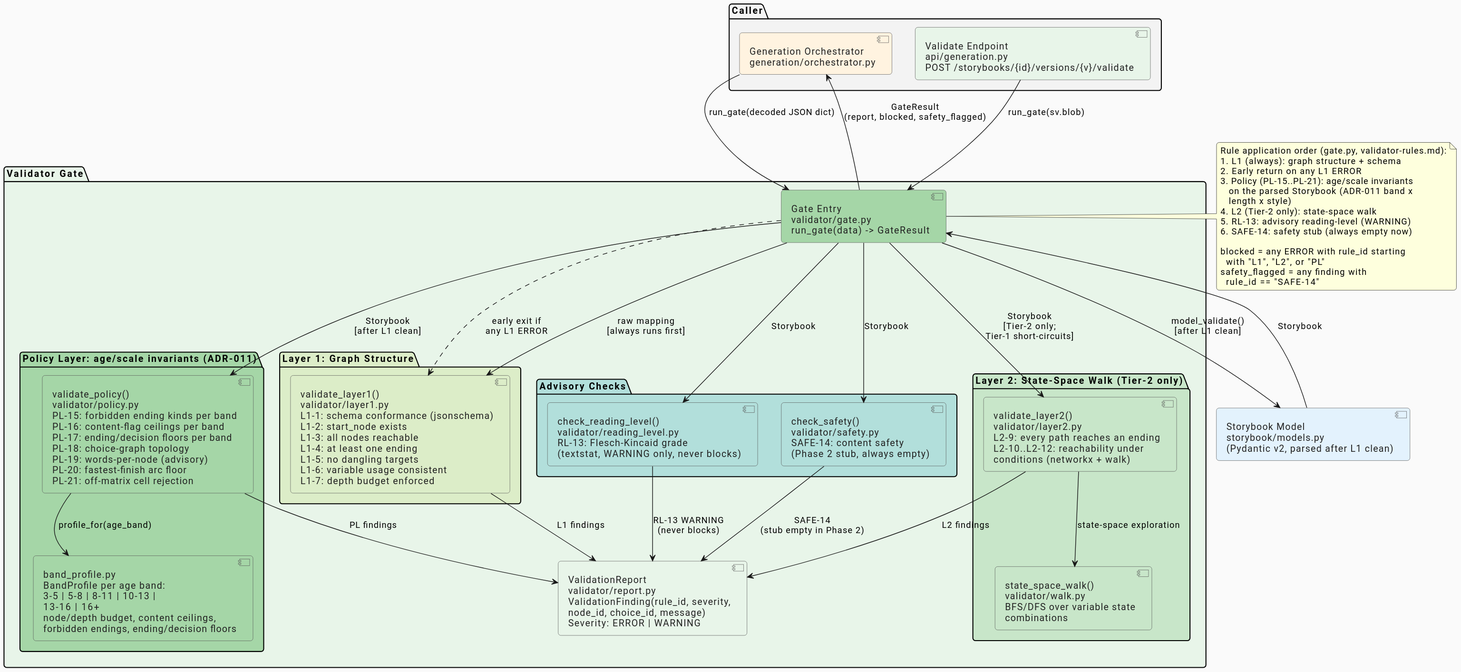
Earlier version of the PlantUML export docs/architecture/diagrams/component-validator.svg (ByronWilliamsCPA/cyo-adventure). Its diagram source:
```plantuml
@startuml

skinparam defaultFontName "Roboto"
skinparam backgroundColor #FAFAFA
skinparam roundCorner 8
skinparam componentStyle uml2

skinparam component {
  BorderColor #555555
  FontColor #222222
}

package "Validator Gate" #E8F5E9 {

  component "Gate Entry\nvalidator/gate.py\nrun_gate(data) -> GateResult" as gate #A5D6A7

  package "Layer 1: Graph Structure" #DCEDC8 {
    component "validate_layer1()\nvalidator/layer1.py\nL1-1: schema conformance (jsonschema)\nL1-2: start_node exists\nL1-3: all nodes reachable\nL1-4: at least one ending\nL1-5: no dangling targets\nL1-6: variable usage consistent\nL1-7: depth budget enforced" as layer1 #DCEDC8
  }

  package "Policy Layer: age/scale invariants (ADR-011)" #A5D6A7 {
    component "validate_policy()\nvalidator/policy.py\nPL-15: forbidden ending kinds per band\nPL-16: content-flag ceilings per band\nPL-17: ending/decision floors per band\nPL-18: choice-graph topology\nPL-19: words-per-node (advisory)\nPL-20: fastest-finish arc floor\nPL-21: off-matrix cell rejection" as policy #A5D6A7

    component "band_profile.py\nBandProfile per age band:\n3-5 | 5-8 | 8-11 | 10-13 |\n13-16 | 16+\nnode/depth budget, content ceilings,\nforbidden endings, ending/decision floors" as band_profile #A5D6A7
  }

  package "Layer 2: State-Space Walk (Tier-2 only)" #C8E6C9 {
    component "validate_layer2()\nvalidator/layer2.py\nL2-9: every path reaches an ending\nL2-10..L2-12: reachability under\nconditions (networkx + walk)" as layer2 #C8E6C9
    component "state_space_walk()\nvalidator/walk.py\nBFS/DFS over variable state\ncombinations" as walk_comp #C8E6C9
  }

  package "Advisory Checks" #B2DFDB {
    component "check_reading_level()\nvalidator/reading_level.py\nRL-13: Flesch-Kincaid grade\n(textstat, WARNING only, never blocks)" as reading_level #B2DFDB

    component "check_safety()\nvalidator/safety.py\nSAFE-14: content safety\n(Phase 2 stub, always empty)" as safety #B2DFDB
  }

  component "ValidationReport\nvalidator/report.py\nValidationFinding(rule_id, severity,\nnode_id, choice_id, message)\nSeverity: ERROR | WARNING" as report #E8F5E9

}

package "Caller" #F3F3F3 {
  component "Generation Orchestrator\ngeneration/orchestrator.py" as orch_caller #FFF3E0
  component "Validate Endpoint\napi/generation.py\nPOST /storybooks/{id}/versions/{v}/validate" as api_caller #E8F5E9
}

component "Storybook Model\nstorybook/models.py\n(Pydantic v2, parsed after L1 clean)" as storybook_model #E3F2FD

orch_caller --> gate : "run_gate(decoded JSON dict)"
api_caller --> gate : "run_gate(sv.blob)"

gate --> layer1 : "raw mapping\n[always runs first]"
layer1 --> report : "L1 findings"
gate ..> layer1 : "early exit if\nany L1 ERROR"
gate --> storybook_model : "model_validate()\n[after L1 clean]"
storybook_model --> gate : "Storybook"
gate --> policy : "Storybook\n[after L1 clean]"
policy --> band_profile : "profile_for(age_band)"
policy --> report : "PL findings"
gate --> layer2 : "Storybook\n[Tier-2 only;\nTier-1 short-circuits]"
layer2 --> walk_comp : "state-space exploration"
layer2 --> report : "L2 findings"
gate --> reading_level : "Storybook"
reading_level --> report : "RL-13 WARNING\n(never blocks)"
gate --> safety : "Storybook"
safety --> report : "SAFE-14\n(stub empty in Phase 2)"

gate --> orch_caller : "GateResult\n(report, blocked, safety_flagged)"

note right of gate
  Rule application order (gate.py, validator-rules.md):
  1. L1 (always): graph structure + schema
  2. Early return on any L1 ERROR
  3. Policy (PL-15..PL-21): age/scale invariants
     on the parsed Storybook (ADR-011 band x
     length x style)
  4. L2 (Tier-2 only): state-space walk
  5. RL-13: advisory reading-level (WARNING)
  6. SAFE-14: safety stub (always empty now)

  blocked = any ERROR with rule_id starting
    with "L1", "L2", or "PL"
  safety_flagged = any finding with
    rule_id == "SAFE-14"
end note
@enduml
```
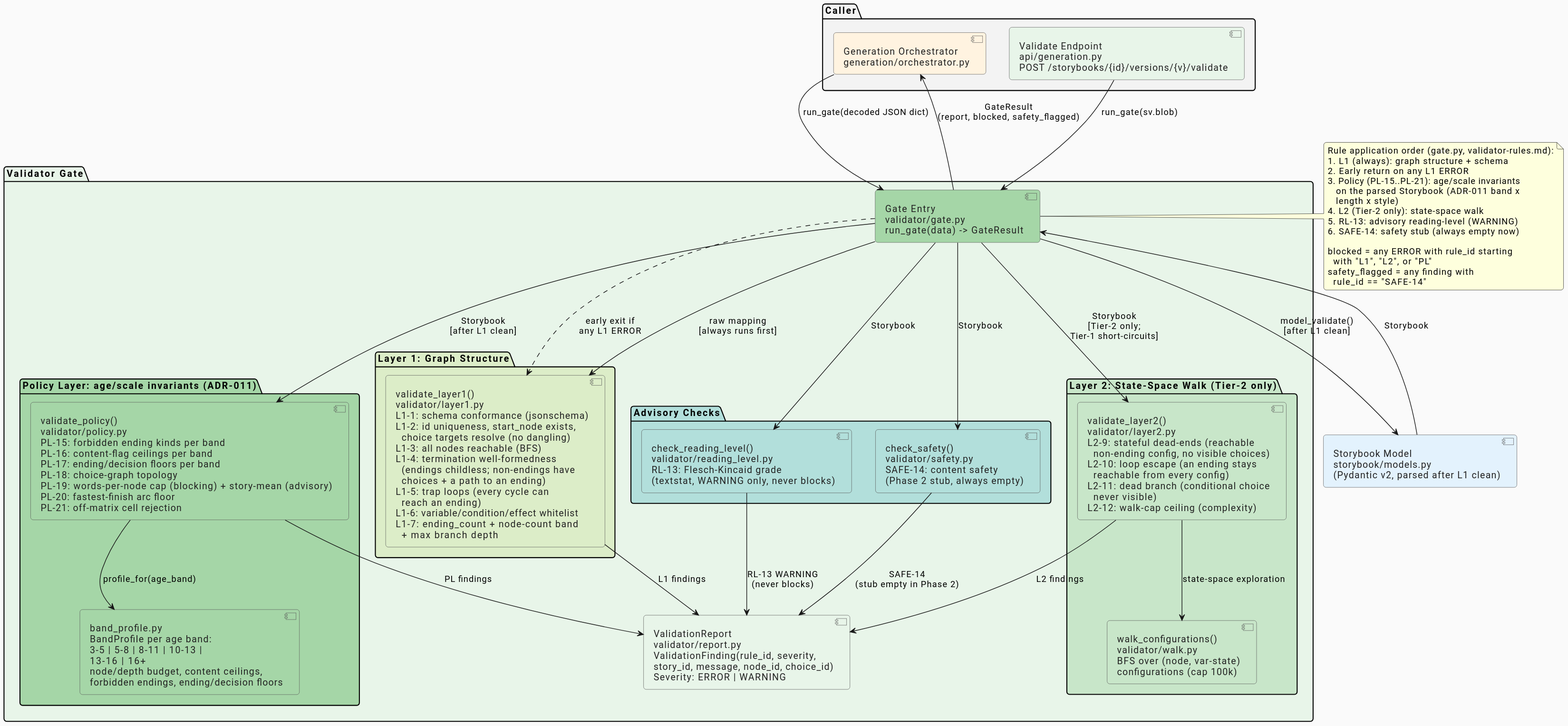
The same diagram one commit later.

What changed in the source:
```diff
@@ -15,18 +15,18 @@
   component "Gate Entry\nvalidator/gate.py\nrun_gate(data) -> GateResult" as gate #A5D6A7
 
   package "Layer 1: Graph Structure" #DCEDC8 {
-    component "validate_layer1()\nvalidator/layer1.py\nL1-1: schema conformance (jsonschema)\nL1-2: start_node exists\nL1-3: all nodes reachable\nL1-4: at least one ending\nL1-5: no dangling targets\nL1-6: variable usage consistent\nL1-7: depth budget enforced" as layer1 #DCEDC8
+    component "validate_layer1()\nvalidator/layer1.py\nL1-1: schema conformance (jsonschema)\nL1-2: id uniqueness, start_node exists,\n  choice targets resolve (no dangling)\nL1-3: all nodes reachable (BFS)\nL1-4: termination well-formedness\n  (endings childless; non-endings have\n  choices + a path to an ending)\nL1-5: trap loops (every cycle can\n  reach an ending)\nL1-6: variable/condition/effect whitelist\nL1-7: ending_count + node-count band\n  + max branch depth" as layer1 #DCEDC8
   }
 
   package "Policy Layer: age/scale invariants (ADR-011)" #A5D6A7 {
-    component "validate_policy()\nvalidator/policy.py\nPL-15: forbidden ending kinds per band\nPL-16: content-flag ceilings per band\nPL-17: ending/decision floors per band\nPL-18: choice-graph topology\nPL-19: words-per-node (advisory)\nPL-20: fastest-finish arc floor\nPL-21: off-matrix cell rejection" as policy #A5D6A7
+    component "validate_policy()\nvalidator/policy.py\nPL-15: forbidden ending kinds per band\nPL-16: content-flag ceilings per band\nPL-17: ending/decision floors per band\nPL-18: choice-graph topology\nPL-19: words-per-node cap (blocking) + story-mean (advisory)\nPL-20: fastest-finish arc floor\nPL-21: off-matrix cell rejection" as policy #A5D6A7
 
     component "band_profile.py\nBandProfile per age band:\n3-5 | 5-8 | 8-11 | 10-13 |\n13-16 | 16+\nnode/depth budget, content ceilings,\nforbidden endings, ending/decision floors" as band_profile #A5D6A7
   }
 
   package "Layer 2: State-Space Walk (Tier-2 only)" #C8E6C9 {
-    component "validate_layer2()\nvalidator/layer2.py\nL2-9: every path reaches an ending\nL2-10..L2-12: reachability under\nconditions (networkx + walk)" as layer2 #C8E6C9
-    component "state_space_walk()\nvalidator/walk.py\nBFS/DFS over variable state\ncombinations" as walk_comp #C8E6C9
+    component "validate_layer2()\nvalidator/layer2.py\nL2-9: stateful dead-ends (reachable\n  non-ending config, no visible choices)\nL2-10: loop escape (an ending stays\n  reachable from every config)\nL2-11: dead branch (conditional choice\n  never visible)\nL2-12: walk-cap ceiling (complexity)" as layer2 #C8E6C9
+    component "walk_configurations()\nvalidator/walk.py\nBFS over (node, var-state)\nconfigurations (cap 100k)" as walk_comp #C8E6C9
   }
 
   package "Advisory Checks" #B2DFDB {
@@ -35,7 +35,7 @@
     component "check_safety()\nvalidator/safety.py\nSAFE-14: content safety\n(Phase 2 stub, always empty)" as safety #B2DFDB
   }
 
-  component "ValidationReport\nvalidator/report.py\nValidationFinding(rule_id, severity,\nnode_id, choice_id, message)\nSeverity: ERROR | WARNING" as report #E8F5E9
+  component "ValidationReport\nvalidator/report.py\nValidationFinding(rule_id, severity,\nstory_id, message, node_id, choice_id)\nSeverity: ERROR | WARNING" as report #E8F5E9
 
 }
 
```
